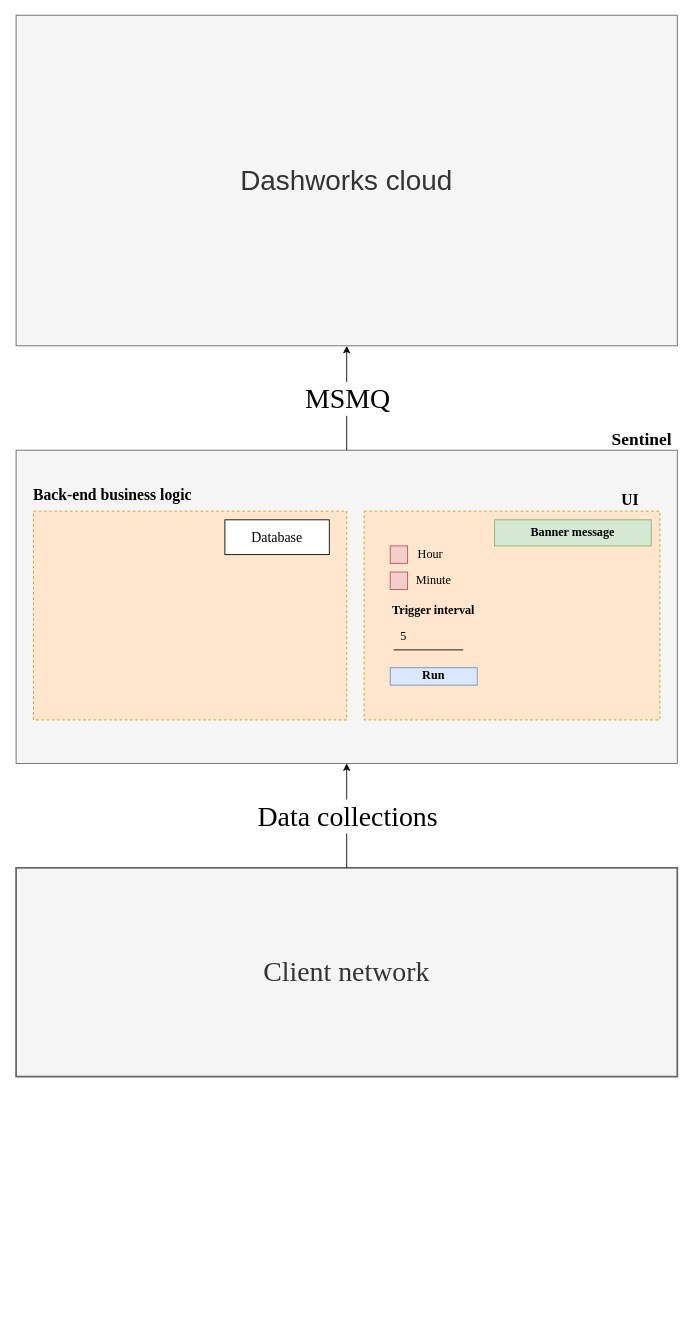
This is src/assets/Untitled Diagram.drawio from ValeryYuntsevich/ag-grid, a draw.io file, before an edit. Source tidied: cells renumbered, new cells numbered last; positions are measured from the earlier drawing's top-left corner, leaving out a move shared by most shapes. Both pictures are drawn from the tidied source at 87%, with x=0, y=0 at pixel (16, 15).
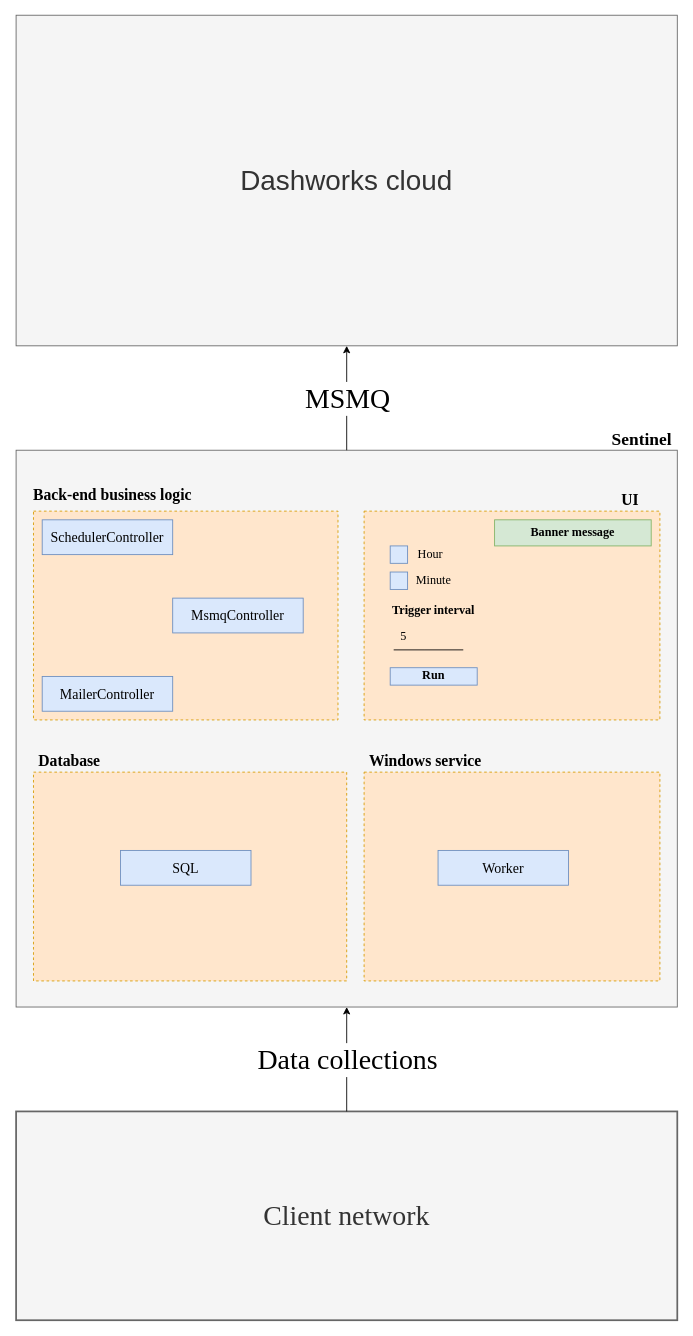
The same diagram, later.

What changed in the source:
```diff
@@
     <mxCell id="2" style="rounded=0;whiteSpace=wrap;html=1;fillColor=#f5f5f5;fontColor=#333333;strokeColor=#666666;" parent="1" vertex="1">
-      <mxGeometry y="500" width="760" height="360" as="geometry" />
+      <mxGeometry y="500" width="760" height="640" as="geometry" />
     </mxCell>
@@
-    <mxCell id="10" style="whiteSpace=wrap;html=1;fontFamily=Times New Roman;fontSize=14;strokeWidth=1;fillColor=#f8cecc;strokeColor=#b85450;" parent="1" vertex="1">
+    <mxCell id="10" style="whiteSpace=wrap;html=1;fontFamily=Times New Roman;fontSize=14;strokeWidth=1;fillColor=#dae8fc;strokeColor=#6c8ebf;" parent="1" vertex="1">
       <mxGeometry x="430" y="610" width="20" height="20" as="geometry" />
     </mxCell>
-    <mxCell id="11" style="whiteSpace=wrap;html=1;fontFamily=Times New Roman;fontSize=14;strokeWidth=1;fillColor=#f8cecc;strokeColor=#b85450;" parent="1" vertex="1">
+    <mxCell id="11" style="whiteSpace=wrap;html=1;fontFamily=Times New Roman;fontSize=14;strokeWidth=1;fillColor=#dae8fc;strokeColor=#6c8ebf;" parent="1" vertex="1">
       <mxGeometry x="430" y="640" width="20" height="20" as="geometry" />
     </mxCell>
@@
     <mxCell id="18" style="rounded=0;whiteSpace=wrap;html=1;fontFamily=Times New Roman;fontSize=18;strokeWidth=1;dashed=1;fillColor=#ffe6cc;strokeColor=#d79b00;" parent="1" vertex="1">
-      <mxGeometry x="20" y="570" width="360" height="240" as="geometry" />
+      <mxGeometry x="20" y="570" width="350" height="240" as="geometry" />
     </mxCell>
-    <mxCell id="19" value="Database" style="rounded=0;whiteSpace=wrap;html=1;fontFamily=Times New Roman;fontSize=16;" parent="1" vertex="1">
-      <mxGeometry x="240" y="580" width="120" height="40" as="geometry" />
-    </mxCell>
@@
     <mxCell id="22" value="Client network" style="rounded=0;whiteSpace=wrap;html=1;fontFamily=Times New Roman;fontSize=32;strokeWidth=2;fillColor=#f5f5f5;fontColor=#333333;strokeColor=#666666;" parent="1" vertex="1">
-      <mxGeometry y="980" width="760" height="240" as="geometry" />
+      <mxGeometry y="1260" width="760" height="240" as="geometry" />
     </mxCell>
@@
+    <mxCell id="26" value="SchedulerController" style="rounded=0;whiteSpace=wrap;html=1;fontFamily=Times New Roman;fontSize=16;fillColor=#dae8fc;strokeColor=#6c8ebf;" parent="1" vertex="1">
+      <mxGeometry x="30" y="580" width="150" height="40" as="geometry" />
+    </mxCell>
+    <mxCell id="27" value="MsmqController" style="rounded=0;whiteSpace=wrap;html=1;fontFamily=Times New Roman;fontSize=16;fillColor=#dae8fc;strokeColor=#6c8ebf;" parent="1" vertex="1">
+      <mxGeometry x="180" y="670" width="150" height="40" as="geometry" />
+    </mxCell>
+    <mxCell id="28" value="MailerController" style="rounded=0;whiteSpace=wrap;html=1;fontFamily=Times New Roman;fontSize=16;fillColor=#dae8fc;strokeColor=#6c8ebf;" parent="1" vertex="1">
+      <mxGeometry x="30" y="760" width="150" height="40" as="geometry" />
+    </mxCell>
+    <mxCell id="29" style="rounded=0;whiteSpace=wrap;html=1;fontFamily=Times New Roman;fontSize=18;strokeWidth=1;dashed=1;fillColor=#ffe6cc;strokeColor=#d79b00;" parent="1" vertex="1">
+      <mxGeometry x="400" y="870" width="340" height="240" as="geometry" />
+    </mxCell>
+    <mxCell id="30" value="Windows service" style="text;strokeColor=none;fillColor=none;align=left;verticalAlign=middle;spacingLeft=4;spacingRight=4;overflow=hidden;fontFamily=Times New Roman;fontSize=18;fontStyle=1;" parent="1" vertex="1">
+      <mxGeometry x="400" y="840" width="216" height="30" as="geometry" />
+    </mxCell>
+    <mxCell id="31" value="Worker" style="rounded=0;whiteSpace=wrap;html=1;fontFamily=Times New Roman;fontSize=16;fillColor=#dae8fc;strokeColor=#6c8ebf;" parent="1" vertex="1">
+      <mxGeometry x="485" y="960" width="150" height="40" as="geometry" />
+    </mxCell>
+    <mxCell id="32" style="rounded=0;whiteSpace=wrap;html=1;fontFamily=Times New Roman;fontSize=18;strokeWidth=1;dashed=1;fillColor=#ffe6cc;strokeColor=#d79b00;" parent="1" vertex="1">
+      <mxGeometry x="20" y="870" width="360" height="240" as="geometry" />
+    </mxCell>
+    <mxCell id="19" value="Database" style="text;strokeColor=none;fillColor=none;align=left;verticalAlign=middle;spacingLeft=4;spacingRight=4;overflow=hidden;fontFamily=Times New Roman;fontSize=18;fontStyle=1;" parent="1" vertex="1">
+      <mxGeometry x="20" y="840" width="216" height="30" as="geometry" />
+    </mxCell>
+    <mxCell id="33" value="SQL" style="rounded=0;whiteSpace=wrap;html=1;fontFamily=Times New Roman;fontSize=16;fillColor=#dae8fc;strokeColor=#6c8ebf;" parent="1" vertex="1">
+      <mxGeometry x="120" y="960" width="150" height="40" as="geometry" />
+    </mxCell>
```
